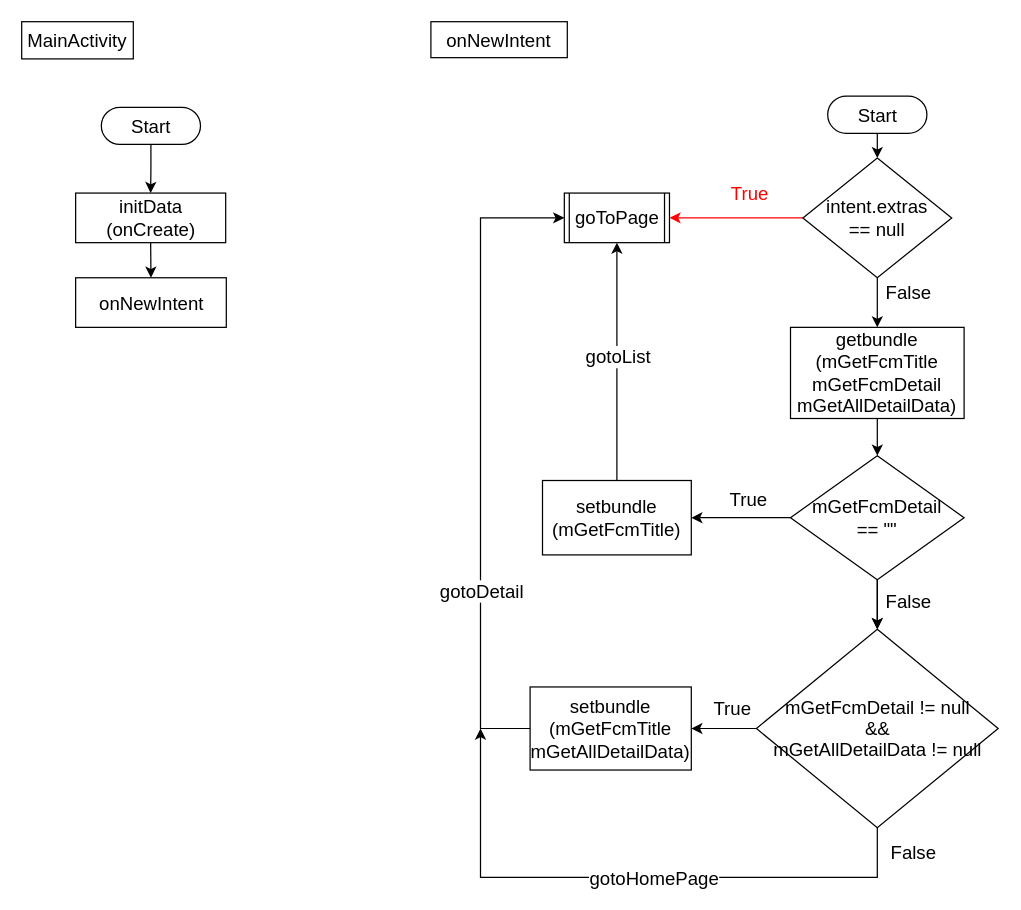
The draw.io diagram page "MainActivity" (2 of 12) of 一般流程.drawio in ccckyc/draw, before the edit. Source tidied: cells renumbered, new cells numbered last; positions are measured from the earlier drawing's top-left corner, leaving out a move shared by most shapes. Both pictures are drawn from the tidied source at 124%, with x=0, y=0 at pixel (21, 21).
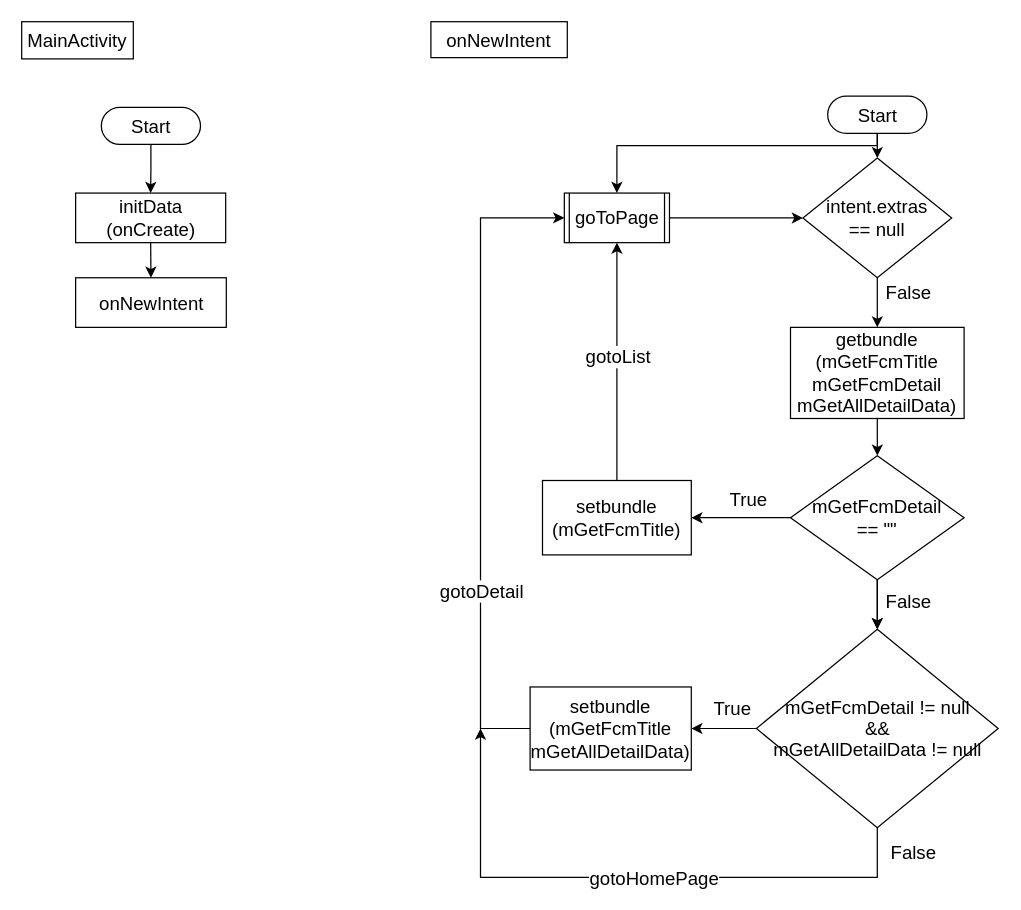
Above is the later version.

Unchanged cells that the change refers to:
```xml
<mxCell id="10" value="Start" style="html=1;dashed=0;whitespace=wrap;shape=mxgraph.dfd.start;fontStyle=0;fontSize=15;fontFamily=Helvetica;" parent="1" vertex="1">
  <mxGeometry x="650" y="60" width="80" height="30" as="geometry" />
</mxCell>
<mxCell id="15" value="intent.extras&lt;br&gt;== null" style="rhombus;whiteSpace=wrap;html=1;hachureGap=4;strokeColor=default;fillColor=none;fontSize=15;fontStyle=0;fontFamily=Helvetica;" parent="1" vertex="1">
  <mxGeometry x="630" y="110" width="120" height="96.5" as="geometry" />
</mxCell>
<mxCell id="36" value="&lt;span&gt;goToPage&lt;/span&gt;" style="shape=process;whiteSpace=wrap;html=1;backgroundOutline=1;labelBackgroundColor=none;labelBorderColor=none;fontFamily=Helvetica;fontSize=15;fontColor=#000000;strokeWidth=1;fillColor=#FFFFFF;gradientColor=none;size=0.04977206526131552;" parent="1" vertex="1">
  <mxGeometry x="437.6" y="138.2" width="84.8" height="40" as="geometry" />
</mxCell>
```

The edit, as a diff of the source:
```diff
@@
+    <mxCell id="37" style="edgeStyle=orthogonalEdgeStyle;rounded=0;jettySize=auto;html=1;exitX=0.5;exitY=0.5;exitDx=0;exitDy=15;exitPerimeter=0;entryX=0.5;entryY=0;entryDx=0;entryDy=0;labelBackgroundColor=#FFFFFF;labelBorderColor=none;fontFamily=Helvetica;fontSize=15;fontColor=#000000;strokeColor=#000000;strokeWidth=1;" parent="1" edge="1" source="10" target="36">
+      <mxGeometry relative="1" as="geometry">
+        <Array as="points">
+          <mxPoint x="690" y="100" />
+          <mxPoint x="480" y="100" />
+        </Array>
+      </mxGeometry>
+    </mxCell>
@@
-    <mxCell id="11" style="edgeStyle=orthogonalEdgeStyle;rounded=0;jettySize=auto;html=1;exitX=0;exitY=0.5;exitDx=0;exitDy=0;entryX=1;entryY=0.5;entryDx=0;entryDy=0;fontSize=15;fontStyle=0;fontFamily=Helvetica;fontColor=#FF0000;strokeColor=#FF0000;" parent="1" edge="1" source="15" target="36">
-      <mxGeometry relative="1" as="geometry" />
-    </mxCell>
-    <mxCell id="12" value="True" style="edgeLabel;html=1;align=center;verticalAlign=middle;fontSize=15;fontFamily=Helvetica;fontColor=#FF0000;fontStyle=0;" parent="11" vertex="1">
-      <mxGeometry x="-0.21" y="-1" relative="1" as="geometry">
-        <mxPoint y="-20" as="offset" />
-      </mxGeometry>
-    </mxCell>
@@
+    <mxCell id="38" style="edgeStyle=orthogonalEdgeStyle;rounded=0;jettySize=auto;html=1;labelBackgroundColor=#FFFFFF;labelBorderColor=none;fontFamily=Helvetica;fontSize=15;fontColor=#000000;strokeColor=#000000;strokeWidth=1;" parent="1" edge="1" source="36" target="15">
+      <mxGeometry relative="1" as="geometry" />
+    </mxCell>
```
